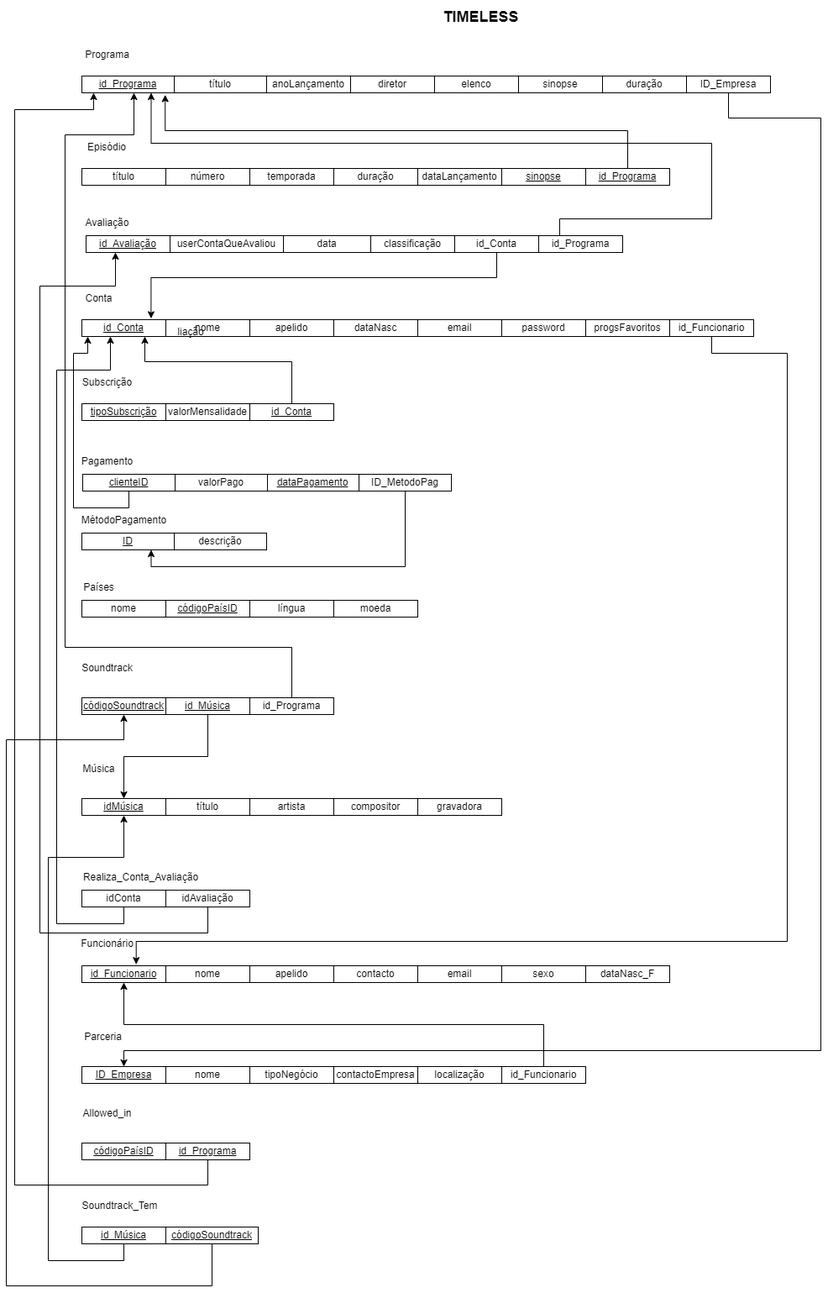
This is EsquemaRelacional.drawio.png from PatriciaCardoso2002/Timeless, a draw.io export, as it was before one commit. Source tidied: cells renumbered, new cells last; positions are measured from the earlier drawing's top-left corner, leaving out a move shared by most shapes.
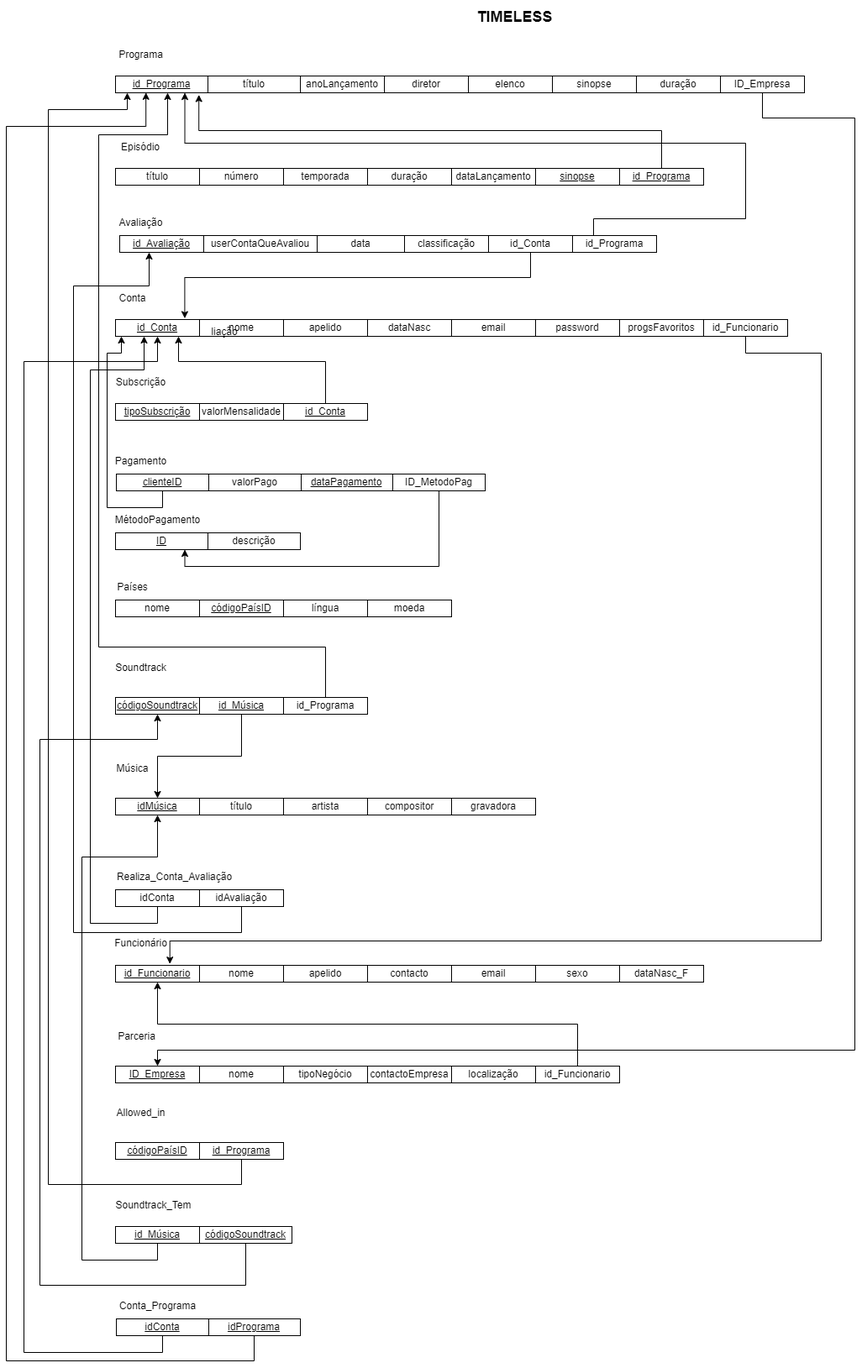
After the change.

What changed in the source:
```diff
@@ -392,5 +392,34 @@
     <mxCell id="103" value="idConta" style="rounded=0;whiteSpace=wrap;html=1;" parent="1" vertex="1">
       <mxGeometry x="90" y="1059" width="100" height="20" as="geometry" />
     </mxCell>
+    <mxCell id="104" value="Conta_Programa" style="text;html=1;align=center;verticalAlign=middle;strokeColor=none;fillColor=none;" parent="1" vertex="1">
+      <mxGeometry x="85" y="1540" width="110" height="30" as="geometry" />
+    </mxCell>
+    <mxCell id="105" style="edgeStyle=orthogonalEdgeStyle;rounded=0;jettySize=auto;html=1;exitX=0.5;exitY=1;exitDx=0;exitDy=0;entryX=0.329;entryY=0.99;entryDx=0;entryDy=0;entryPerimeter=0;" parent="1" edge="1" source="106" target="2">
+      <mxGeometry relative="1" as="geometry">
+        <Array as="points">
+          <mxPoint x="255" y="1620" />
+          <mxPoint x="-40" y="1620" />
+          <mxPoint x="-40" y="150" />
+          <mxPoint x="126" y="150" />
+        </Array>
+      </mxGeometry>
+    </mxCell>
+    <mxCell id="106" value="&lt;u&gt;idPrograma&lt;/u&gt;" style="rounded=0;whiteSpace=wrap;html=1;" parent="1" vertex="1">
+      <mxGeometry x="200" y="1570" width="110" height="20" as="geometry" />
+    </mxCell>
+    <mxCell id="107" style="edgeStyle=orthogonalEdgeStyle;rounded=0;jettySize=auto;html=1;exitX=0.5;exitY=1;exitDx=0;exitDy=0;entryX=0.5;entryY=1;entryDx=0;entryDy=0;" parent="1" edge="1" source="108" target="48">
+      <mxGeometry relative="1" as="geometry">
+        <Array as="points">
+          <mxPoint x="146" y="1610" />
+          <mxPoint x="-19" y="1610" />
+          <mxPoint x="-19" y="430" />
+          <mxPoint x="140" y="430" />
+        </Array>
+      </mxGeometry>
+    </mxCell>
+    <mxCell id="108" value="&lt;u&gt;idConta&lt;/u&gt;" style="rounded=0;whiteSpace=wrap;html=1;" parent="1" vertex="1">
+      <mxGeometry x="91" y="1570" width="110" height="20" as="geometry" />
+    </mxCell>
   </root>
 </mxGraphModel>
```
